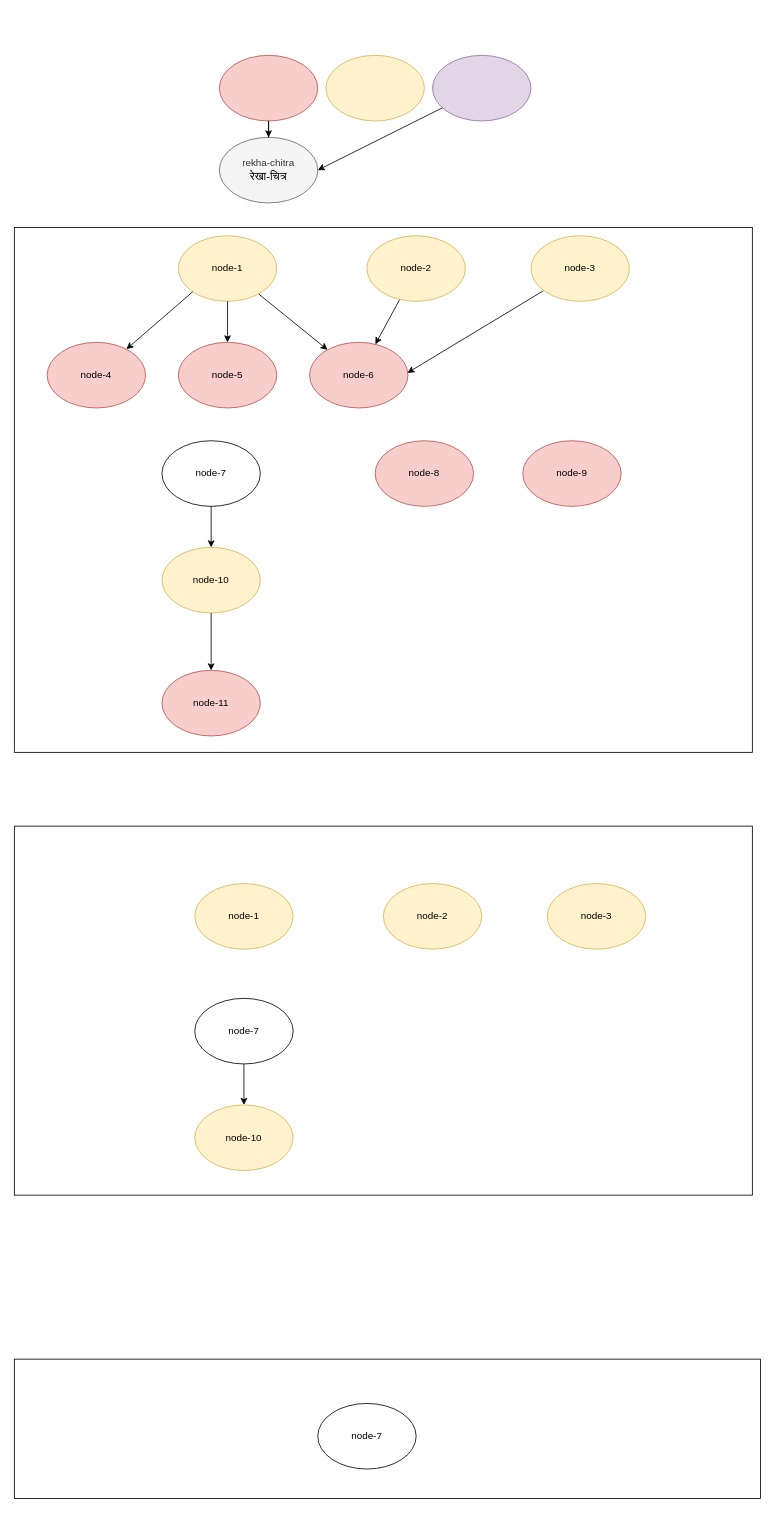
The draw.io diagram docs/design/rekha-chitra-illustration-complete-graph.drawio in princerachit/rekha-chitra, before the edit. Source tidied: cells renumbered, new cells numbered last; positions are measured from the earlier drawing's top-left corner, leaving out a move shared by most shapes. Both pictures are drawn from the tidied source at 82%, with x=0, y=0 at pixel (14, 55).
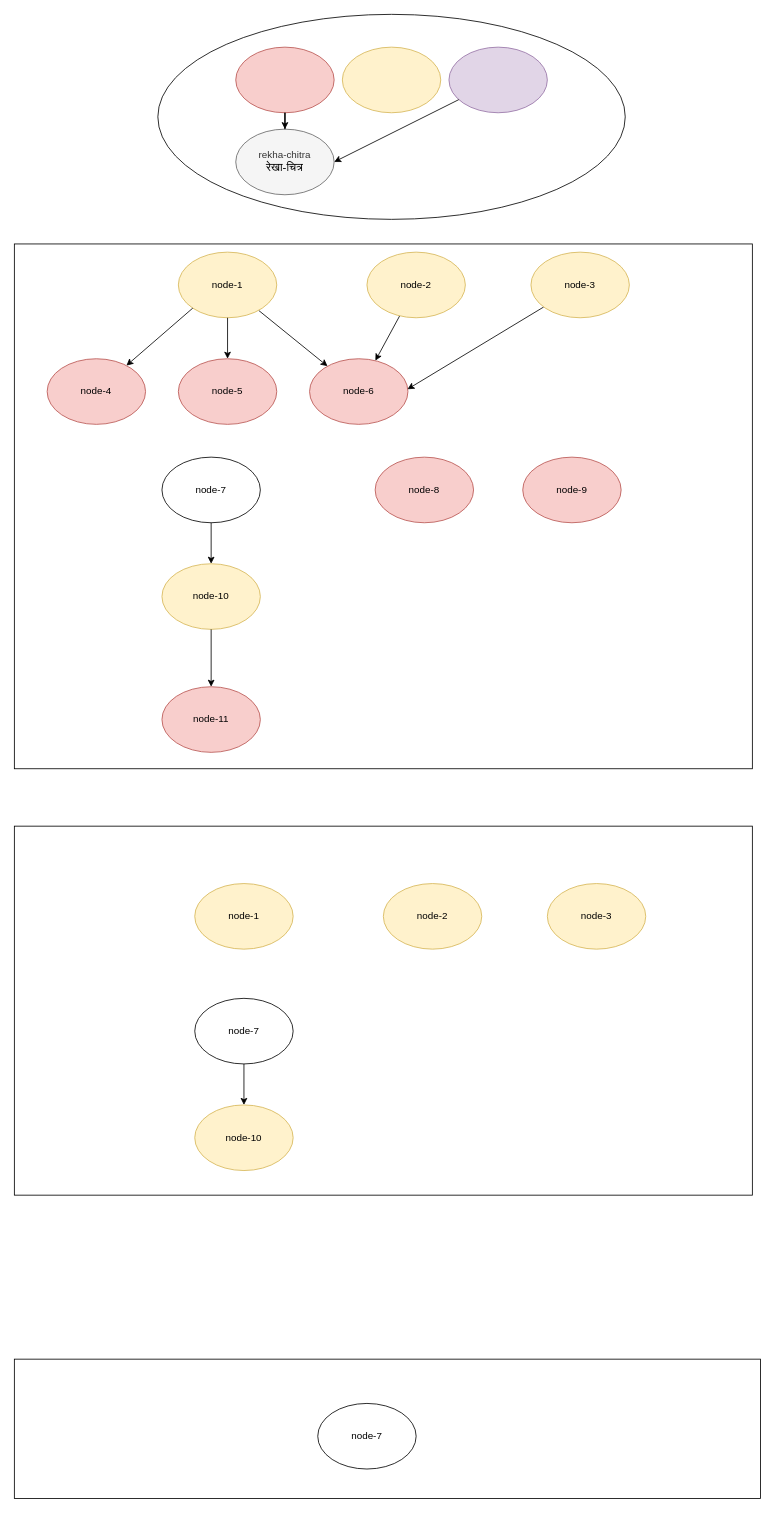
The same page after the edit.

The edit, as a diff of the source:
```diff
@@
     <mxCell id="2" style="group;" parent="1" vertex="1">
-      <mxGeometry y="210" width="900" height="640" as="geometry" />
+      <mxGeometry y="230" width="900" height="640" as="geometry" />
     </mxCell>
@@
+    <mxCell id="40" style="group;" parent="1" vertex="1">
+      <mxGeometry x="175" y="-50" width="585" height="250" as="geometry" />
+    </mxCell>
+    <mxCell id="41" style="ellipse;whiteSpace=wrap;html=1;" parent="40" vertex="1">
+      <mxGeometry width="570" height="250" as="geometry" />
+    </mxCell>
-    <mxCell id="33" style="group;" parent="1" vertex="1">
-      <mxGeometry x="250" width="380" height="180" as="geometry" />
+    <mxCell id="33" style="group;" parent="40" vertex="1">
+      <mxGeometry x="95" y="40" width="490" height="210" as="geometry" />
     </mxCell>
```
